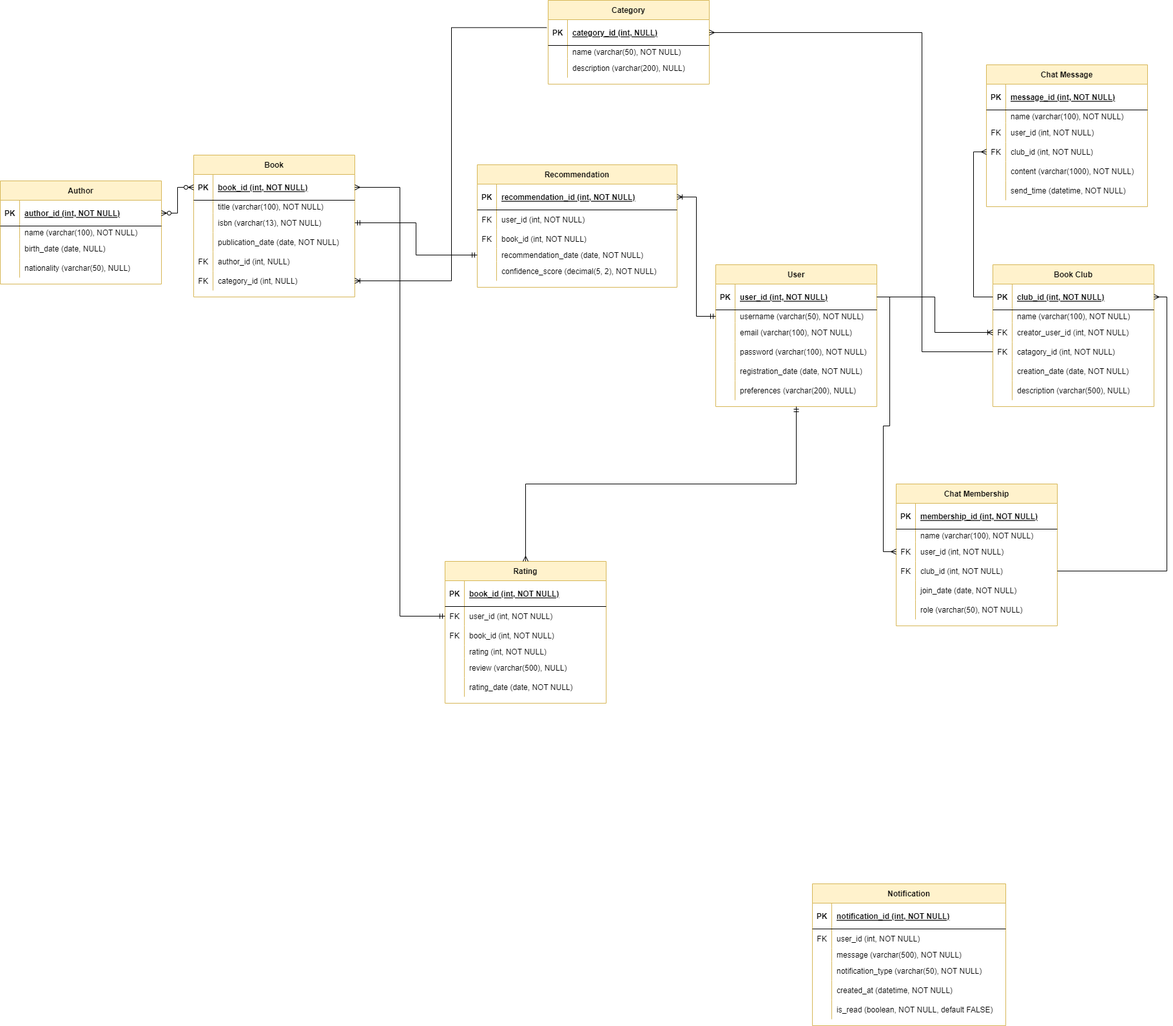
Kkgenkai/Draw.io keeps this draw.io diagram as New folder/Untitled Diagram.drawio.png. Above is the earlier version. Source tidied: cells renumbered, new cells last; positions are measured from the earlier drawing's top-left corner, leaving out a move shared by most shapes.
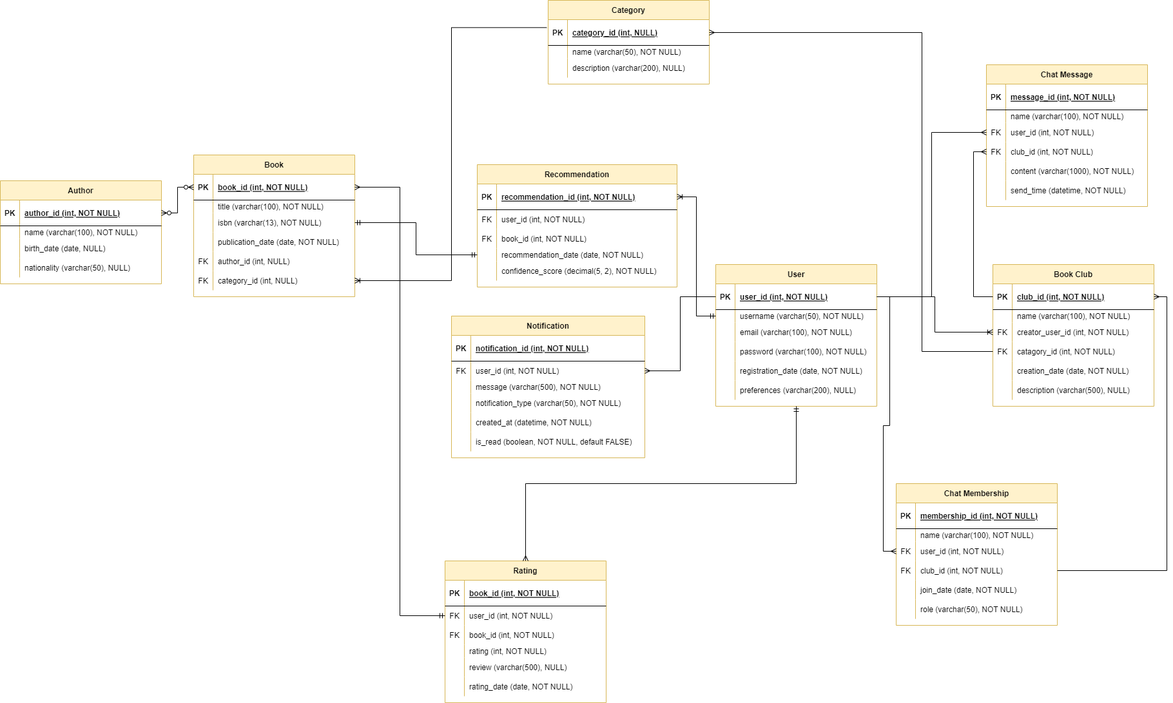
The same diagram one commit later.

Change to the diagram source:
```diff
@@ -480,7 +480,7 @@
       <mxGeometry x="30" width="220" height="30" as="geometry" />
     </mxCell>
     <mxCell id="161" value="Notification" style="shape=table;startSize=30;rowLines=0;fontStyle=1;align=center;fillColor=#fff2cc;strokeColor=#d6b656;" parent="1" vertex="1">
-      <mxGeometry x="1260" y="1370" width="300" height="220" as="geometry" />
+      <mxGeometry x="700" y="490" width="300" height="220" as="geometry" />
     </mxCell>
     <mxCell id="162" style="shape=partialRectangle;fillColor=none;top=0;left=0;right=0;bottom=1;" parent="161" vertex="1">
       <mxGeometry y="30" width="300" height="40" as="geometry" />
@@ -556,5 +556,11 @@
     <mxCell id="184" style="edgeStyle=orthogonalEdgeStyle;rounded=0;jettySize=auto;html=1;exitX=0;exitY=0.5;exitDx=0;exitDy=0;entryX=0;entryY=0.5;entryDx=0;entryDy=0;endArrow=none;endFill=0;startFill=0;startArrow=ERmany;" parent="1" edge="1" source="152" target="105">
       <mxGeometry relative="1" as="geometry" />
     </mxCell>
+    <mxCell id="185" style="edgeStyle=orthogonalEdgeStyle;rounded=0;jettySize=auto;html=1;exitX=0;exitY=0.5;exitDx=0;exitDy=0;entryX=1;entryY=0.5;entryDx=0;entryDy=0;endArrow=none;endFill=0;startFill=0;startArrow=ERmany;" parent="1" edge="1" source="149" target="3">
+      <mxGeometry relative="1" as="geometry" />
+    </mxCell>
+    <mxCell id="186" style="edgeStyle=orthogonalEdgeStyle;rounded=0;jettySize=auto;html=1;exitX=1;exitY=0.5;exitDx=0;exitDy=0;entryX=0;entryY=0.5;entryDx=0;entryDy=0;startArrow=ERmany;startFill=0;endArrow=none;" parent="1" edge="1" source="165" target="3">
+      <mxGeometry relative="1" as="geometry" />
+    </mxCell>
   </root>
 </mxGraphModel>
```
